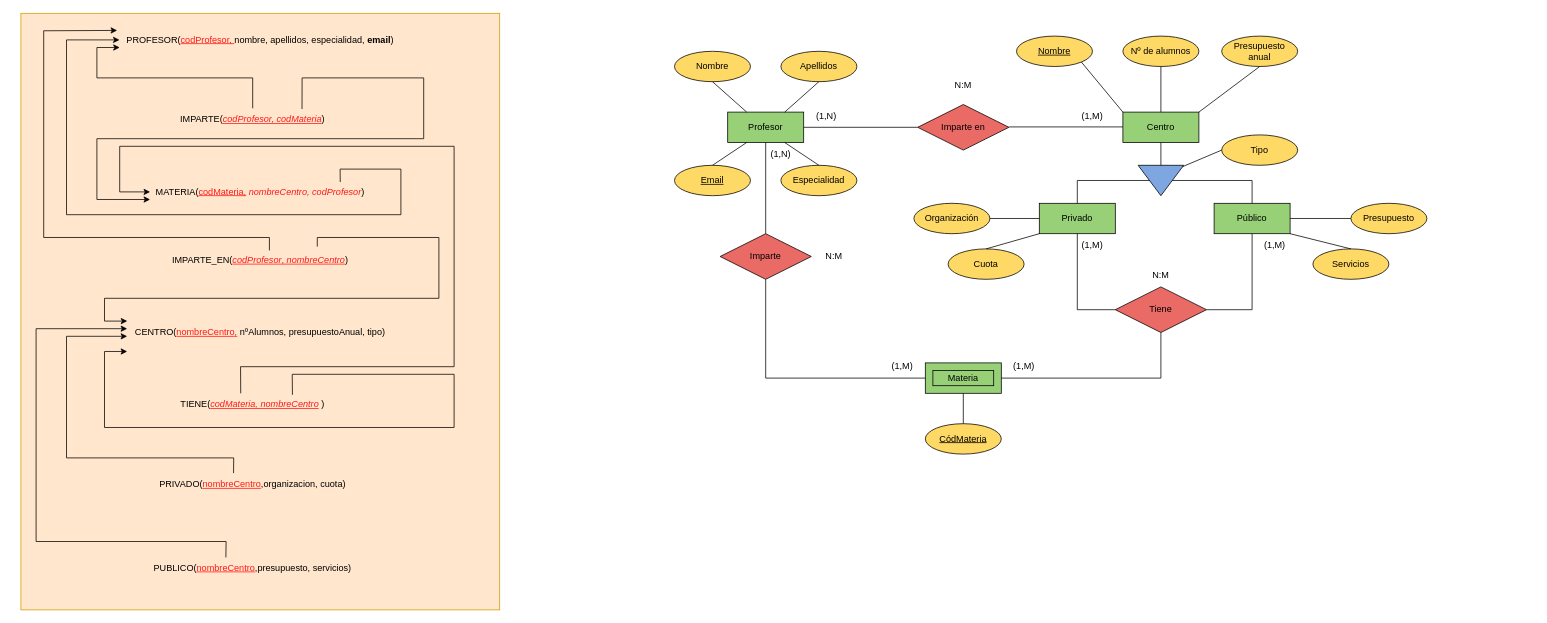
Earlier version of the draw.io diagram BasesDatos/Tema 6/ActividadBD6.1.3.drawio (RubenAC1999/Clase). Source tidied: cells renumbered, new cells numbered last; positions are measured from the earlier drawing's top-left corner, leaving out a move shared by most shapes. Both pictures are drawn from the tidied source at 76%, with x=0, y=0 at pixel (13, 13).
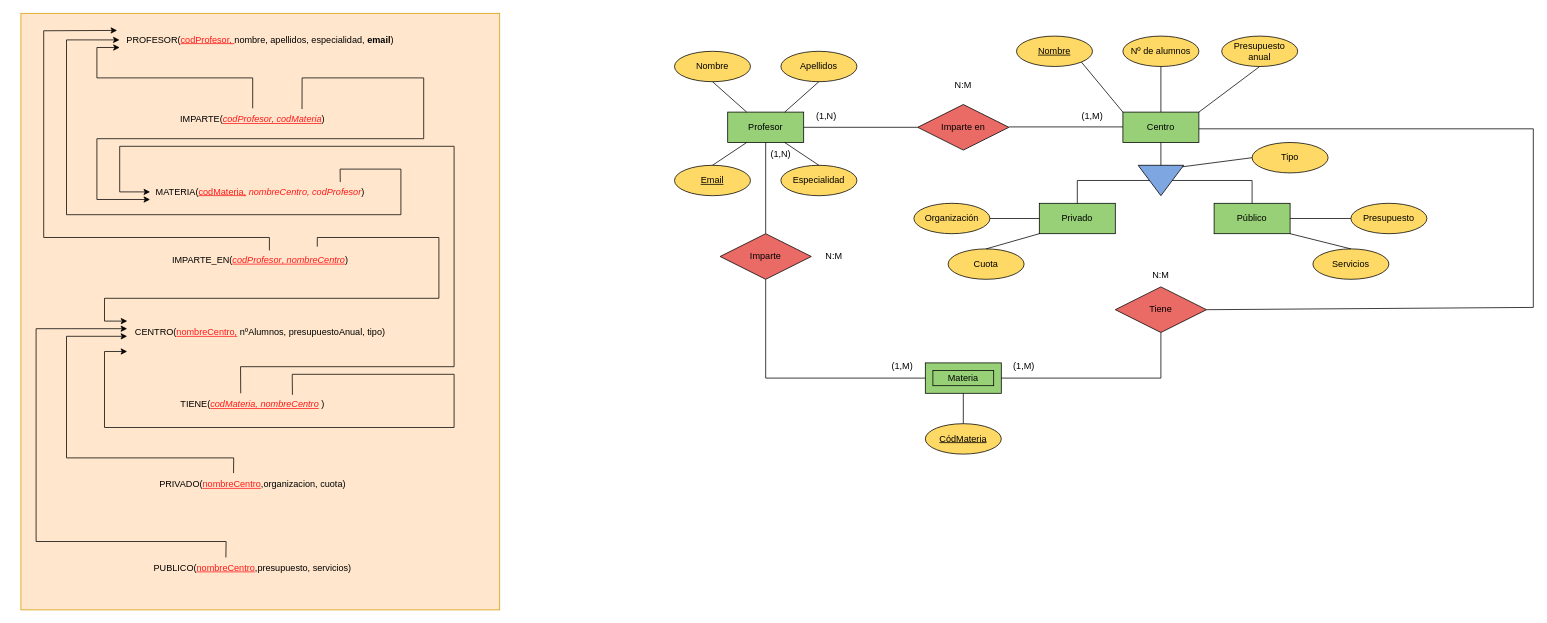
After the change.

The change refers to these unchanged cells:
```xml
<mxCell id="3" value="Privado" style="whiteSpace=wrap;html=1;align=center;fillColor=#97D077;" parent="1" vertex="1">
  <mxGeometry x="1350" y="250" width="100" height="40" as="geometry" />
</mxCell>
<mxCell id="4" value="Público" style="whiteSpace=wrap;html=1;align=center;fillColor=#97D077;" parent="1" vertex="1">
  <mxGeometry x="1580" y="250" width="100" height="40" as="geometry" />
</mxCell>
<mxCell id="16" value="Tiene" style="shape=rhombus;perimeter=rhombusPerimeter;whiteSpace=wrap;html=1;align=center;fillColor=#EA6B66;" parent="1" vertex="1">
  <mxGeometry x="1450" y="360" width="120" height="60" as="geometry" />
</mxCell>
```

Change to the diagram source:
```diff
@@
     <mxCell id="13" value="Tipo" style="ellipse;whiteSpace=wrap;html=1;align=center;fillColor=#FFD966;" parent="1" vertex="1">
-      <mxGeometry x="1590" y="160" width="100" height="40" as="geometry" />
+      <mxGeometry x="1630" y="170" width="100" height="40" as="geometry" />
     </mxCell>
@@
-    <mxCell id="43" style="endArrow=none;html=1;rounded=0;entryX=0.5;entryY=1;entryDx=0;entryDy=0;exitX=0;exitY=0.5;exitDx=0;exitDy=0;" parent="1" edge="1" source="16" target="3">
-      <mxGeometry relative="1" as="geometry">
-        <Array as="points">
-          <mxPoint x="1400" y="390" />
-        </Array>
-      </mxGeometry>
-    </mxCell>
-    <mxCell id="44" style="endArrow=none;html=1;rounded=0;entryX=0.5;entryY=1;entryDx=0;entryDy=0;exitX=1;exitY=0.5;exitDx=0;exitDy=0;" parent="1" edge="1" source="16" target="4">
-      <mxGeometry relative="1" as="geometry">
-        <Array as="points">
-          <mxPoint x="1630" y="390" />
-        </Array>
-      </mxGeometry>
-    </mxCell>
@@
-    <mxCell id="51" value="(1,M)" style="text;html=1;strokeColor=none;fillColor=none;align=center;verticalAlign=middle;whiteSpace=wrap;rounded=0;" parent="1" vertex="1">
-      <mxGeometry x="1390" y="290" width="60" height="30" as="geometry" />
-    </mxCell>
@@
-    <mxCell id="53" value="(1,M)" style="text;html=1;strokeColor=none;fillColor=none;align=center;verticalAlign=middle;whiteSpace=wrap;rounded=0;" parent="1" vertex="1">
-      <mxGeometry x="1630" y="290" width="60" height="30" as="geometry" />
-    </mxCell>
@@
+    <mxCell id="76" style="endArrow=none;html=1;rounded=0;exitX=1;exitY=0.5;exitDx=0;exitDy=0;entryX=1;entryY=0.5;entryDx=0;entryDy=0;" parent="1" edge="1" target="16">
+      <mxGeometry relative="1" as="geometry">
+        <mxPoint x="1560" y="152" as="sourcePoint" />
+        <Array as="points">
+          <mxPoint x="2000" y="152" />
+          <mxPoint x="2000" y="387" />
+        </Array>
+      </mxGeometry>
+    </mxCell>
```
